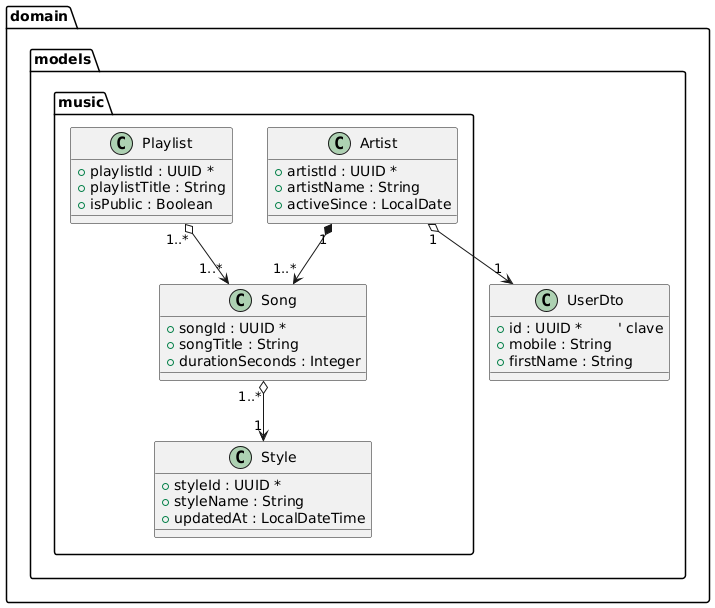
Above: docs/music.png in miw-upm/apaw-practice (PlantUML), before the change. The source it was exported from:
```plantuml
@startuml
package "domain.models" {
    class UserDto {
        + id : UUID *        ' clave
        + mobile : String
        + firstName : String
    }

    package "music" {
        class Artist {
            + artistId : UUID *
            + artistName : String
            + activeSince : LocalDate
        }

        class Song {
            + songId : UUID *
            + songTitle : String
            + durationSeconds : Integer
        }

        class Playlist {
            + playlistId : UUID *
            + playlistTitle : String
            + isPublic : Boolean
        }

        class Style {
            + styleId : UUID *
            + styleName : String
            + updatedAt : LocalDateTime
        }
    }
}

Artist "1" *--> "1..*" Song
Song "1..*" o--> "1" Style
Playlist "1..*" o--> "1..*" Song
Artist "1" o--> "1" UserDto
@enduml
```
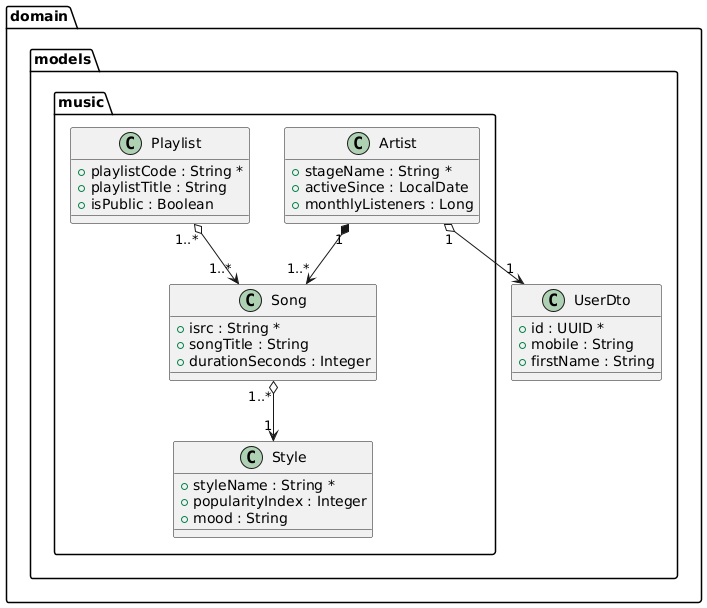
Later version of the same file.

Commit message:
fixed music model atributes names #1154

What changed in the source:
```diff
@@ -1,34 +1,34 @@
 @startuml
 package "domain.models" {
     class UserDto {
-        + id : UUID *        ' clave
+        + id : UUID *
         + mobile : String
         + firstName : String
     }
 
     package "music" {
         class Artist {
-            + artistId : UUID *
-            + artistName : String
+            + stageName : String *
             + activeSince : LocalDate
+            + monthlyListeners : Long
         }
 
         class Song {
-            + songId : UUID *
+            + isrc : String *
             + songTitle : String
             + durationSeconds : Integer
         }
 
         class Playlist {
-            + playlistId : UUID *
+            + playlistCode : String *
             + playlistTitle : String
             + isPublic : Boolean
         }
 
         class Style {
-            + styleId : UUID *
-            + styleName : String
-            + updatedAt : LocalDateTime
+            + styleName : String *
+            + popularityIndex : Integer
+            + mood : String
         }
     }
 }
```
